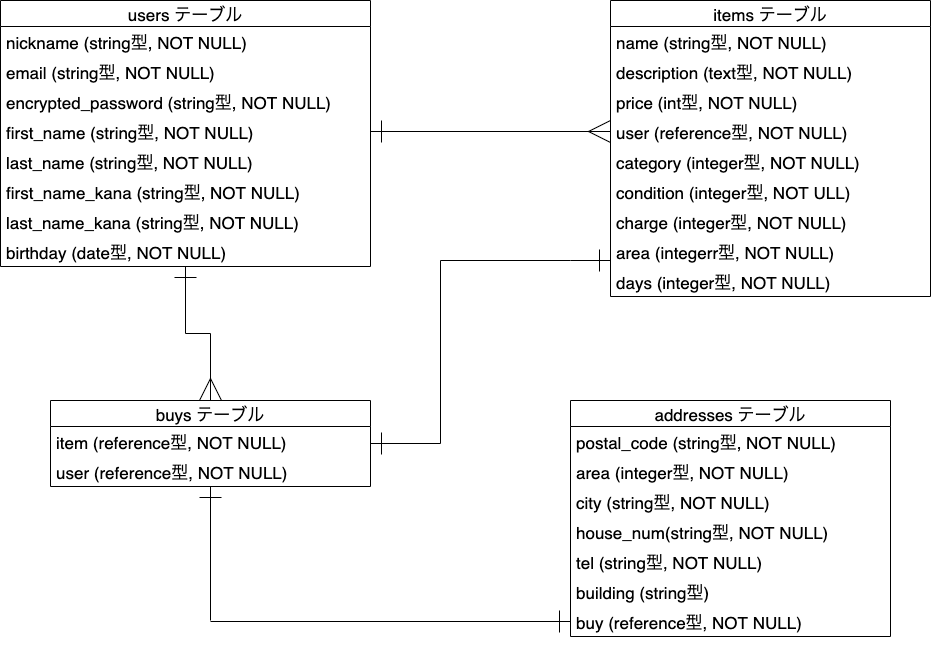
Above: database.drawio.png in kos-san/furima-30536 (draw.io), before the change. Source tidied: cells renumbered, new cells last; positions are measured from the earlier drawing's top-left corner, leaving out a move shared by most shapes.
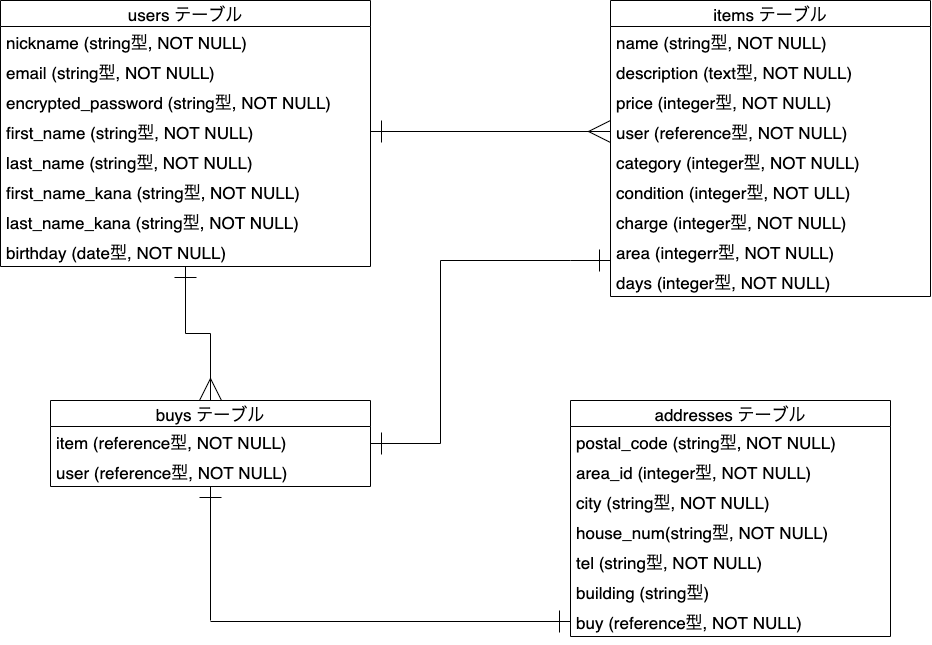
The same diagram one commit later.

Commit message:
データベース設計の修正

Diff of the diagram source:
```diff
@@ -47,7 +47,7 @@
     <mxCell id="14" value="description (text型, NOT NULL)" style="text;strokeColor=none;fillColor=none;spacingLeft=4;spacingRight=4;overflow=hidden;fontSize=17;" parent="12" vertex="1">
       <mxGeometry y="56" width="320" height="30" as="geometry" />
     </mxCell>
-    <mxCell id="15" value="price (int型, NOT NULL)" style="text;strokeColor=none;fillColor=none;spacingLeft=4;spacingRight=4;overflow=hidden;fontSize=17;" parent="12" vertex="1">
+    <mxCell id="15" value="price (integer型, NOT NULL)" style="text;strokeColor=none;fillColor=none;spacingLeft=4;spacingRight=4;overflow=hidden;fontSize=17;" parent="12" vertex="1">
       <mxGeometry y="86" width="320" height="30" as="geometry" />
     </mxCell>
     <mxCell id="16" value="user (reference型, NOT NULL)" style="text;strokeColor=none;fillColor=none;spacingLeft=4;spacingRight=4;overflow=hidden;points=[[0,0.5],[1,0.5]];portConstraint=eastwest;fontSize=17;" parent="12" vertex="1">
@@ -94,7 +94,7 @@
     <mxCell id="29" value="postal_code (string型, NOT NULL)" style="text;strokeColor=none;fillColor=none;spacingLeft=4;spacingRight=4;overflow=hidden;fontSize=17;" parent="28" vertex="1">
       <mxGeometry y="26" width="320" height="30" as="geometry" />
     </mxCell>
-    <mxCell id="30" value="area (integer型, NOT NULL)" style="text;strokeColor=none;fillColor=none;spacingLeft=4;spacingRight=4;overflow=hidden;fontSize=17;" parent="28" vertex="1">
+    <mxCell id="30" value="area_id (integer型, NOT NULL)" style="text;strokeColor=none;fillColor=none;spacingLeft=4;spacingRight=4;overflow=hidden;fontSize=17;" parent="28" vertex="1">
       <mxGeometry y="56" width="320" height="30" as="geometry" />
     </mxCell>
     <mxCell id="31" value="city (string型, NOT NULL)" style="text;strokeColor=none;fillColor=none;spacingLeft=4;spacingRight=4;overflow=hidden;fontSize=17;" parent="28" vertex="1">
```
